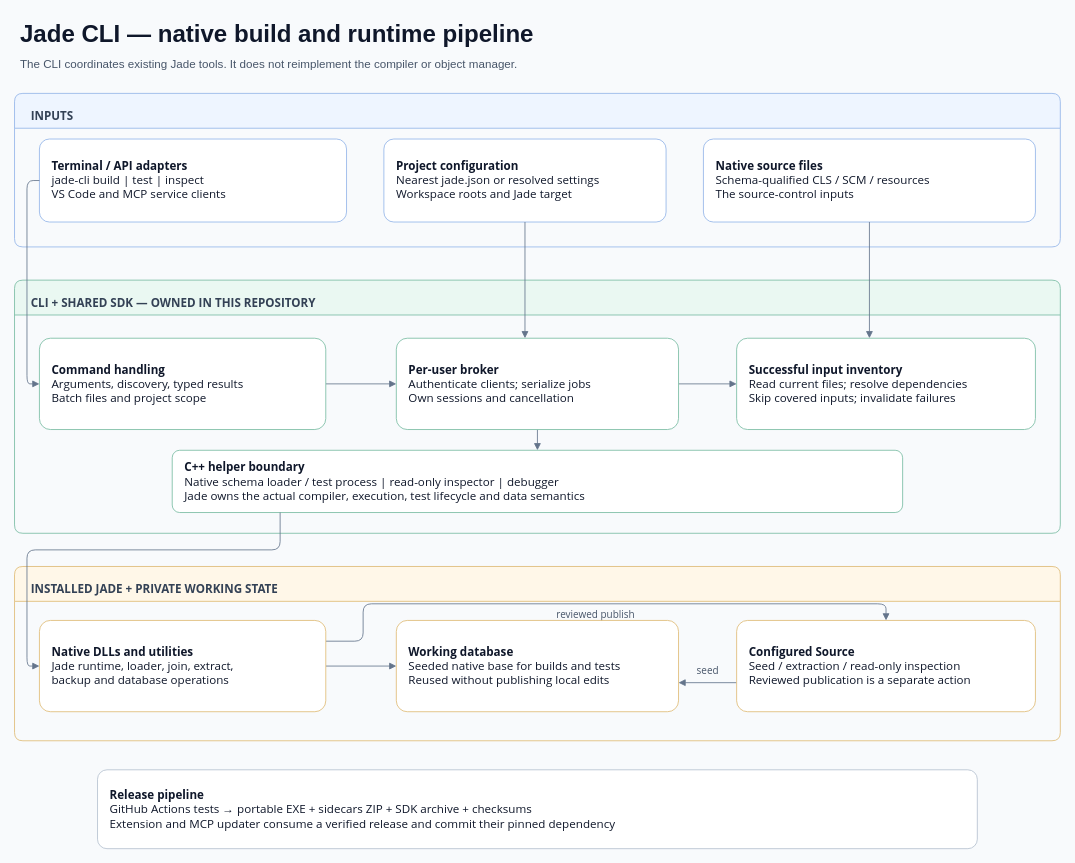
darrenhull/Jade-CLI keeps this draw.io diagram as docs/architecture.drawio. Above is the earlier version. Source tidied: cells renumbered, new cells numbered last; positions are measured from the earlier drawing's top-left corner, leaving out a move shared by most shapes. Both pictures are drawn from the tidied source at 83%, with x=0, y=0 at pixel (14, 14).
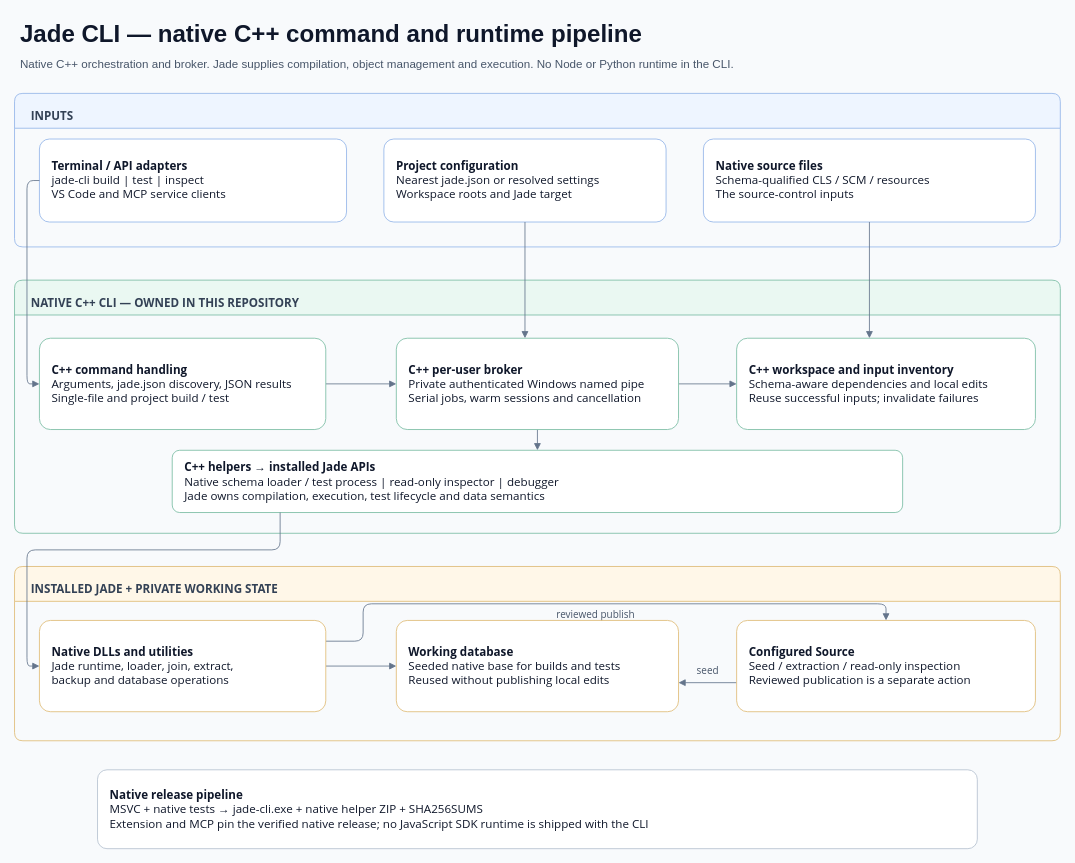
The same diagram, later.

What changed in the source:
```diff
@@
-    <mxCell id="2" value="Jade CLI — native build and runtime pipeline" style="text;html=1;align=left;fontSize=29;fontStyle=1;fontColor=#0f172a;" parent="1" vertex="1">
+    <mxCell id="2" value="Jade CLI — native C++ command and runtime pipeline" style="text;html=1;align=left;fontSize=29;fontStyle=1;fontColor=#0f172a;" parent="1" vertex="1">
       <mxGeometry x="5" width="1250" height="40" as="geometry" />
     </mxCell>
-    <mxCell id="3" value="The CLI coordinates existing Jade tools. It does not reimplement the compiler or object manager." style="text;html=1;align=left;fontSize=14;fontColor=#475569;" parent="1" vertex="1">
+    <mxCell id="3" value="Native C++ orchestration and broker. Jade supplies compilation, object management and execution. No Node or Python runtime in the CLI." style="text;html=1;align=left;fontSize=14;fontColor=#475569;" parent="1" vertex="1">
       <mxGeometry x="5" y="45" width="1250" height="28" as="geometry" />
     </mxCell>
@@
-    <mxCell id="5" value="CLI + SHARED SDK — OWNED IN THIS REPOSITORY" style="swimlane;startSize=42;horizontal=1;rounded=1;arcSize=8;html=1;verticalAlign=middle;align=left;spacingTop=14;spacingLeft=18;fontSize=14;fontStyle=1;fontColor=#334155;fillColor=#eaf8f2;strokeColor=#78bca2;fontFamily=Segoe UI;" parent="1" vertex="1">
+    <mxCell id="5" value="NATIVE C++ CLI — OWNED IN THIS REPOSITORY" style="swimlane;startSize=42;horizontal=1;rounded=1;arcSize=8;html=1;verticalAlign=middle;align=left;spacingTop=14;spacingLeft=18;fontSize=14;fontStyle=1;fontColor=#334155;fillColor=#eaf8f2;strokeColor=#78bca2;fontFamily=Segoe UI;" parent="1" vertex="1">
       <mxGeometry y="320" width="1260" height="305" as="geometry" />
     </mxCell>
@@
-    <mxCell id="20" value="&lt;b&gt;Command handling&lt;/b&gt;&lt;br&gt;Arguments, discovery, typed results&lt;br&gt;Batch files and project scope" style="rounded=1;arcSize=12;html=1;whiteSpace=wrap;align=left;verticalAlign=middle;spacing=15;fontSize=14;fontColor=#0f172a;fillColor=#ffffff;strokeColor=#78bca2;fontFamily=Segoe UI;" parent="5" vertex="1">
+    <mxCell id="20" value="&lt;b&gt;C++ command handling&lt;/b&gt;&lt;br&gt;Arguments, jade.json discovery, JSON results&lt;br&gt;Single-file and project build / test" style="rounded=1;arcSize=12;html=1;whiteSpace=wrap;align=left;verticalAlign=middle;spacing=15;fontSize=14;fontColor=#0f172a;fillColor=#ffffff;strokeColor=#78bca2;fontFamily=Segoe UI;" parent="5" vertex="1">
       <mxGeometry x="30" y="70" width="345" height="110" as="geometry" />
     </mxCell>
-    <mxCell id="21" value="&lt;b&gt;Per-user broker&lt;/b&gt;&lt;br&gt;Authenticate clients; serialize jobs&lt;br&gt;Own sessions and cancellation" style="rounded=1;arcSize=12;html=1;whiteSpace=wrap;align=left;verticalAlign=middle;spacing=15;fontSize=14;fontColor=#0f172a;fillColor=#ffffff;strokeColor=#78bca2;fontFamily=Segoe UI;" parent="5" vertex="1">
+    <mxCell id="21" value="&lt;b&gt;C++ per-user broker&lt;/b&gt;&lt;br&gt;Private authenticated Windows named pipe&lt;br&gt;Serial jobs, warm sessions and cancellation" style="rounded=1;arcSize=12;html=1;whiteSpace=wrap;align=left;verticalAlign=middle;spacing=15;fontSize=14;fontColor=#0f172a;fillColor=#ffffff;strokeColor=#78bca2;fontFamily=Segoe UI;" parent="5" vertex="1">
       <mxGeometry x="460" y="70" width="340" height="110" as="geometry" />
     </mxCell>
-    <mxCell id="22" value="&lt;b&gt;Successful input inventory&lt;/b&gt;&lt;br&gt;Read current files; resolve dependencies&lt;br&gt;Skip covered inputs; invalidate failures" style="rounded=1;arcSize=12;html=1;whiteSpace=wrap;align=left;verticalAlign=middle;spacing=15;fontSize=14;fontColor=#0f172a;fillColor=#ffffff;strokeColor=#78bca2;fontFamily=Segoe UI;" parent="5" vertex="1">
+    <mxCell id="22" value="&lt;b&gt;C++ workspace and input inventory&lt;/b&gt;&lt;br&gt;Schema-aware dependencies and local edits&lt;br&gt;Reuse successful inputs; invalidate failures" style="rounded=1;arcSize=12;html=1;whiteSpace=wrap;align=left;verticalAlign=middle;spacing=15;fontSize=14;fontColor=#0f172a;fillColor=#ffffff;strokeColor=#78bca2;fontFamily=Segoe UI;" parent="5" vertex="1">
       <mxGeometry x="870" y="70" width="360" height="110" as="geometry" />
     </mxCell>
-    <mxCell id="23" value="&lt;b&gt;C++ helper boundary&lt;/b&gt;&lt;br&gt;Native schema loader / test process | read-only inspector | debugger&lt;br&gt;Jade owns the actual compiler, execution, test lifecycle and data semantics" style="rounded=1;arcSize=12;html=1;whiteSpace=wrap;align=left;verticalAlign=middle;spacing=15;fontSize=14;fontColor=#0f172a;fillColor=#ffffff;strokeColor=#78bca2;fontFamily=Segoe UI;" parent="5" vertex="1">
+    <mxCell id="23" value="&lt;b&gt;C++ helpers → installed Jade APIs&lt;/b&gt;&lt;br&gt;Native schema loader / test process | read-only inspector | debugger&lt;br&gt;Jade owns compilation, execution, test lifecycle and data semantics" style="rounded=1;arcSize=12;html=1;whiteSpace=wrap;align=left;verticalAlign=middle;spacing=15;fontSize=14;fontColor=#0f172a;fillColor=#ffffff;strokeColor=#78bca2;fontFamily=Segoe UI;" parent="5" vertex="1">
       <mxGeometry x="190" y="205" width="880" height="75" as="geometry" />
     </mxCell>
@@
-    <mxCell id="27" value="&lt;b&gt;Release pipeline&lt;/b&gt;&lt;br&gt;GitHub Actions tests → portable EXE + sidecars ZIP + SDK archive + checksums&lt;br&gt;Extension and MCP updater consume a verified release and commit their pinned dependency" style="rounded=1;arcSize=12;html=1;whiteSpace=wrap;align=left;verticalAlign=middle;spacing=15;fontSize=14;fontColor=#0f172a;fillColor=#ffffff;strokeColor=#b5c1cf;fontFamily=Segoe UI;" parent="1" vertex="1">
+    <mxCell id="27" value="&lt;b&gt;Native release pipeline&lt;/b&gt;&lt;br&gt;MSVC + native tests → jade-cli.exe + native helper ZIP + SHA256SUMS&lt;br&gt;Extension and MCP pin the verified native release; no JavaScript SDK runtime is shipped with the CLI" style="rounded=1;arcSize=12;html=1;whiteSpace=wrap;align=left;verticalAlign=middle;spacing=15;fontSize=14;fontColor=#0f172a;fillColor=#ffffff;strokeColor=#b5c1cf;fontFamily=Segoe UI;" parent="1" vertex="1">
       <mxGeometry x="100" y="910" width="1060" height="95" as="geometry" />
     </mxCell>
```
